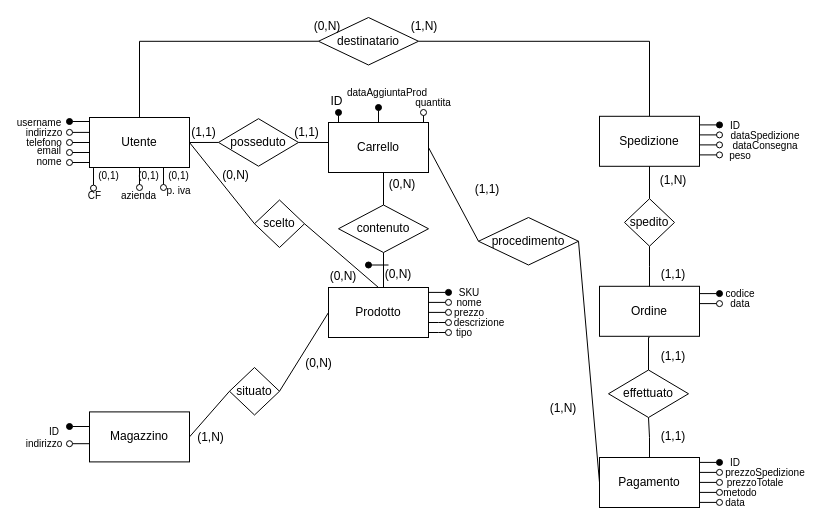
Above: SchemaER/ER_ristrutturato.drawio in orlifera/ProgettoBasiDati (draw.io), before the change. Source tidied: cells renumbered, new cells numbered last; positions are measured from the earlier drawing's top-left corner, leaving out a move shared by most shapes. Both pictures are drawn from the tidied source at 100%, with x=0, y=0 at pixel (24, 17).
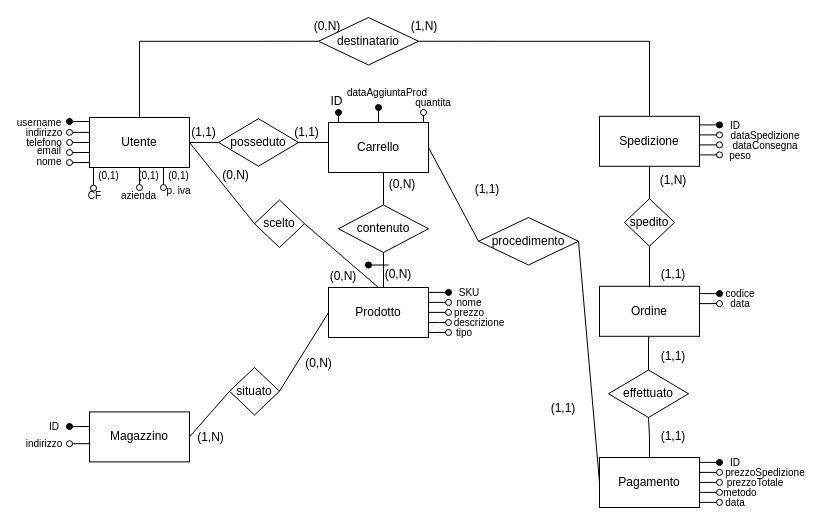
The same diagram, later.

Commit message (it also covers changes not shown here):
Modifica degli schemi ER

Change to the diagram source:
```diff
@@
     <mxCell id="35" value="ID" style="text;html=1;strokeColor=none;fillColor=none;align=center;verticalAlign=middle;whiteSpace=wrap;rounded=0;imageAspect=1;fontSize=10;" parent="1" vertex="1">
-      <mxGeometry x="15" y="405" width="30" height="18.8" as="geometry" />
+      <mxGeometry x="15" y="400" width="30" height="18.8" as="geometry" />
     </mxCell>
@@
-    <mxCell id="82" value="(1,N)" style="text;html=1;strokeColor=none;fillColor=none;align=center;verticalAlign=middle;whiteSpace=wrap;rounded=0;" parent="1" vertex="1">
+    <mxCell id="82" value="(1,1)" style="text;html=1;strokeColor=none;fillColor=none;align=center;verticalAlign=middle;whiteSpace=wrap;rounded=0;" parent="1" vertex="1">
       <mxGeometry x="525.5" y="381.2" width="26" height="18.8" as="geometry" />
     </mxCell>
```
